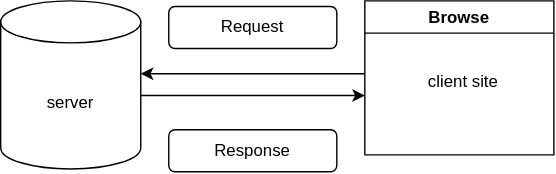
This is NextJS/NextJS.drawio.svg from Sihambintahabib-ux/git-page-set-up-, a draw.io export, as it was before one commit. Source tidied: cells renumbered, new cells last; positions are measured from the earlier drawing's top-left corner, leaving out a move shared by most shapes.
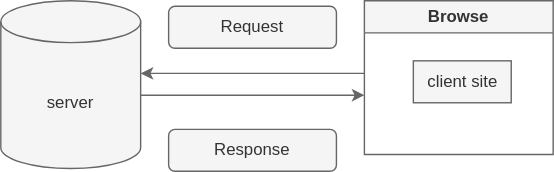
The same diagram one commit later.

Commit message:
Update SVG styles and dimensions in NextJS.drawio.svg

The edit, as a diff of the source:
```diff
@@ -2,31 +2,34 @@
   <root>
     <mxCell id="0" />
     <mxCell id="1" parent="0" />
+    <mxCell id="9" style="group;" parent="1" vertex="1">
+      <mxGeometry width="395" height="122" as="geometry" />
+    </mxCell>
-    <mxCell id="2" style="edgeStyle=none;html=1;" parent="1" edge="1">
+    <mxCell id="2" style="edgeStyle=none;html=1;fillColor=#f5f5f5;strokeColor=#666666;" parent="9" edge="1">
       <mxGeometry relative="1" as="geometry">
         <mxPoint x="260" y="52" as="sourcePoint" />
         <mxPoint x="100" y="52" as="targetPoint" />
       </mxGeometry>
     </mxCell>
-    <mxCell id="3" value="server" style="shape=cylinder3;whiteSpace=wrap;html=1;boundedLbl=1;backgroundOutline=1;size=15;fillColor=none;" parent="1" vertex="1">
+    <mxCell id="3" value="server" style="shape=cylinder3;whiteSpace=wrap;html=1;boundedLbl=1;backgroundOutline=1;size=15;fillColor=#f5f5f5;fontColor=#333333;strokeColor=#666666;" parent="9" vertex="1">
       <mxGeometry width="100" height="120" as="geometry" />
     </mxCell>
-    <mxCell id="4" value="Browse" style="swimlane;whiteSpace=wrap;html=1;fillColor=none;" parent="1" vertex="1">
+    <mxCell id="4" value="Browse" style="swimlane;whiteSpace=wrap;html=1;fillColor=#f5f5f5;fontColor=#333333;strokeColor=#666666;" parent="9" vertex="1">
       <mxGeometry x="260" width="135" height="110" as="geometry" />
     </mxCell>
-    <mxCell id="5" value="Request" style="rounded=1;whiteSpace=wrap;html=1;fillColor=none;" parent="1" vertex="1">
+    <mxCell id="5" value="Request" style="rounded=1;whiteSpace=wrap;html=1;fillColor=#f5f5f5;fontColor=#333333;strokeColor=#666666;" parent="9" vertex="1">
       <mxGeometry x="120" y="4" width="120" height="30" as="geometry" />
     </mxCell>
-    <mxCell id="6" value="Response" style="rounded=1;whiteSpace=wrap;html=1;fillColor=none;" parent="1" vertex="1">
+    <mxCell id="6" value="Response" style="rounded=1;whiteSpace=wrap;html=1;fillColor=#f5f5f5;fontColor=#333333;strokeColor=#666666;" parent="9" vertex="1">
       <mxGeometry x="120" y="92" width="120" height="30" as="geometry" />
     </mxCell>
-    <mxCell id="7" style="edgeStyle=none;html=1;" parent="1" edge="1">
+    <mxCell id="7" style="edgeStyle=none;html=1;fillColor=#f5f5f5;strokeColor=#666666;" parent="9" edge="1">
       <mxGeometry relative="1" as="geometry">
         <mxPoint x="100" y="67.6" as="sourcePoint" />
         <mxPoint x="260" y="67.6" as="targetPoint" />
       </mxGeometry>
     </mxCell>
-    <mxCell id="8" value="client site" style="text;html=1;align=center;verticalAlign=middle;strokeColor=none;fillColor=none;" parent="1" vertex="1">
+    <mxCell id="8" value="client site" style="text;html=1;align=center;verticalAlign=middle;fillColor=#f5f5f5;fontColor=#333333;strokeColor=#666666;" parent="9" vertex="1">
       <mxGeometry x="295" y="43" width="70" height="30" as="geometry" />
     </mxCell>
   </root>
```
